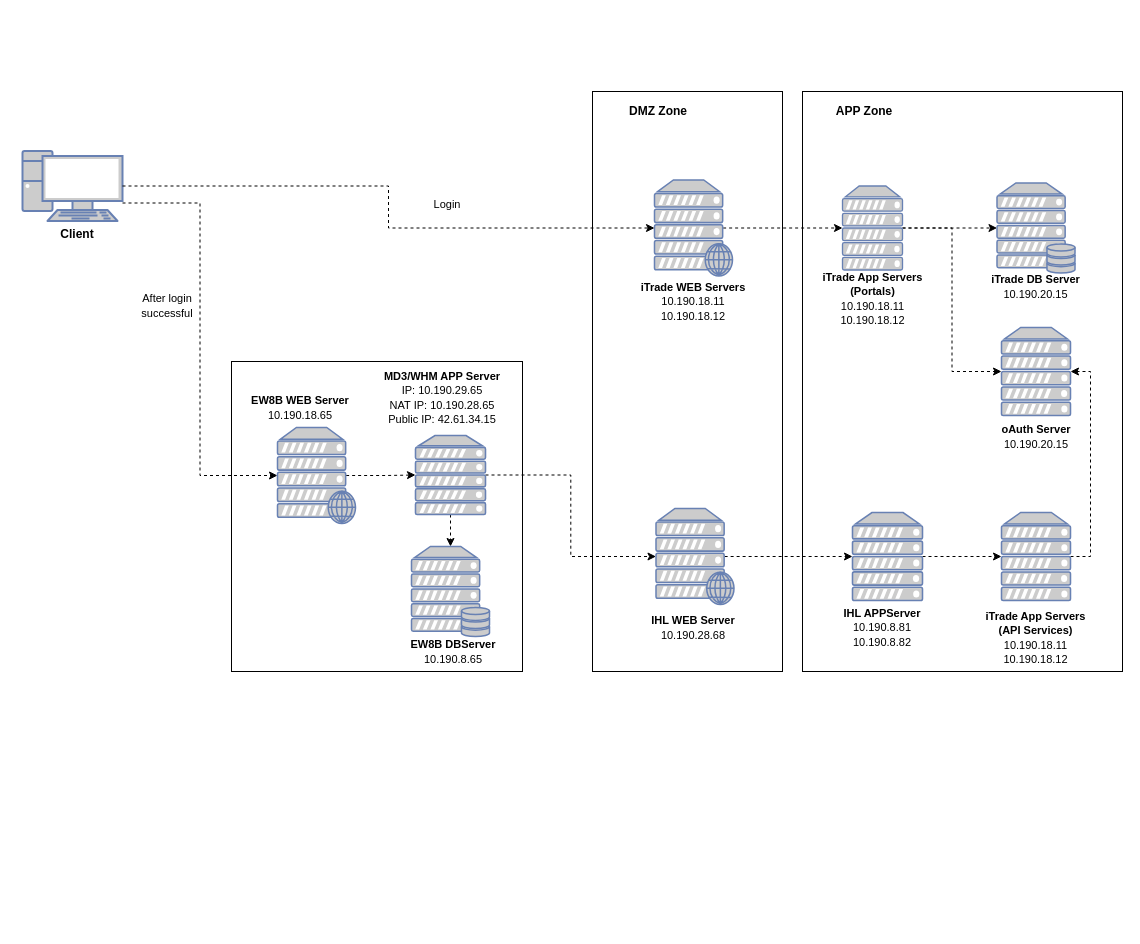
myomyo/branch keeps this draw.io diagram as NW Diagram.drawio. Above is the earlier version. Source tidied: cells renumbered, new cells numbered last; positions are measured from the earlier drawing's top-left corner, leaving out a move shared by most shapes. Both pictures are drawn from the tidied source at 100%, with x=0, y=0 at pixel (22, 91).
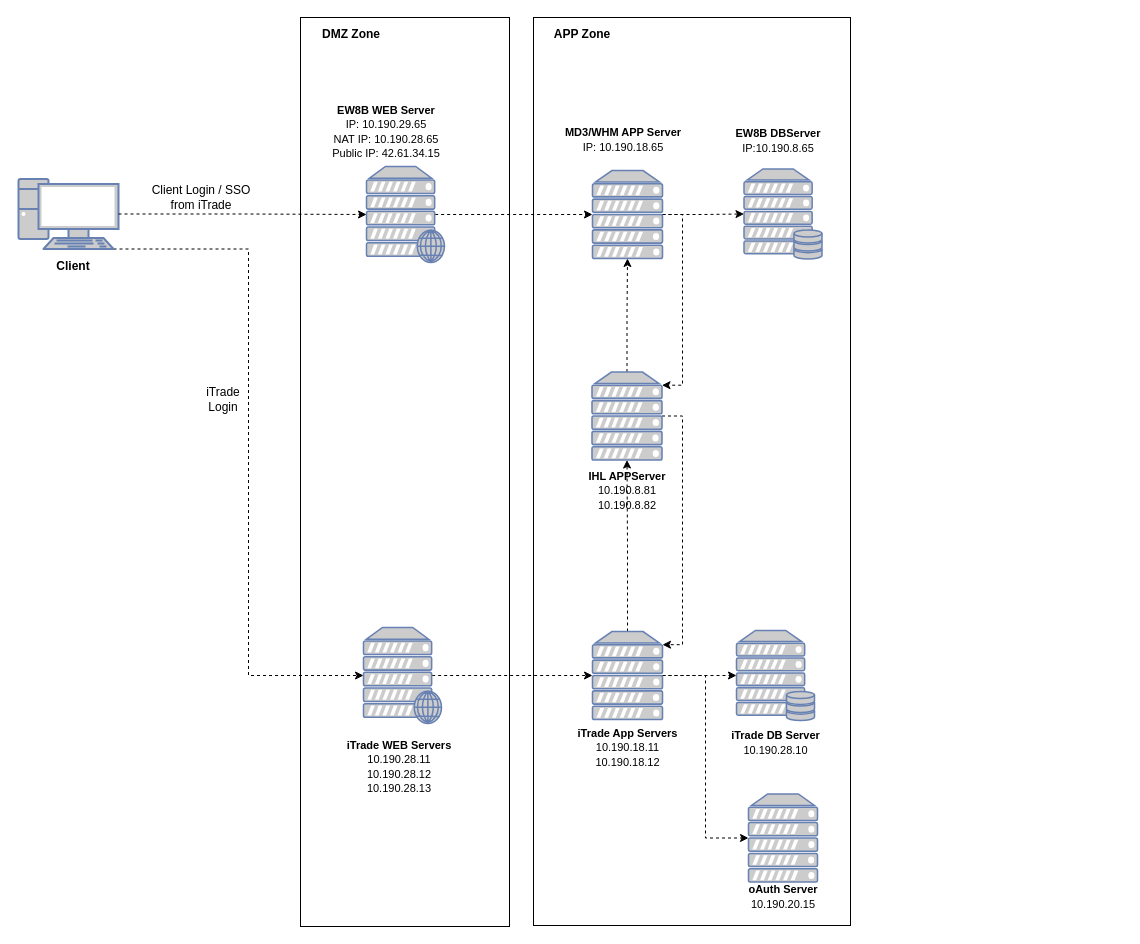
Above is the later version.

Change to the diagram source:
```diff
@@
-    <mxCell id="2" style="rounded=0;whiteSpace=wrap;html=1;" parent="1" vertex="1">
-      <mxGeometry x="209" y="270" width="291" height="310" as="geometry" />
-    </mxCell>
-    <mxCell id="3" style="edgeStyle=orthogonalEdgeStyle;rounded=0;jettySize=auto;html=1;exitX=1;exitY=0.743;exitDx=0;exitDy=0;entryX=0;entryY=0.5;entryDx=0;entryDy=0;entryPerimeter=0;dashed=1;strokeColor=#000000;exitPerimeter=0;" parent="1" edge="1" source="33" target="28">
-      <mxGeometry relative="1" as="geometry" />
-    </mxCell>
     <mxCell id="4" style="rounded=0;whiteSpace=wrap;html=1;" parent="1" vertex="1">
-      <mxGeometry x="780" width="320" height="580" as="geometry" />
+      <mxGeometry x="511" y="-74" width="317" height="908" as="geometry" />
     </mxCell>
-    <mxCell id="5" value="&lt;font style=&quot;font-size: 11px&quot;&gt;&lt;b&gt;iTrade App Servers (Portals)&lt;/b&gt;&lt;/font&gt;&lt;br&gt;&lt;font style=&quot;font-size: 11px&quot;&gt;10.190.18.11&lt;br&gt;10.190.18.12&lt;br&gt;&lt;/font&gt;" style="text;html=1;strokeColor=none;fillColor=none;align=center;verticalAlign=middle;whiteSpace=wrap;rounded=0;" parent="1" vertex="1">
-      <mxGeometry x="797.5" y="180" width="105" height="54" as="geometry" />
+    <mxCell id="5" value="&lt;font style=&quot;font-size: 11px&quot;&gt;&lt;b&gt;iTrade App Servers&lt;/b&gt;&lt;/font&gt;&lt;br&gt;&lt;font style=&quot;font-size: 11px&quot;&gt;10.190.18.11&lt;br&gt;10.190.18.12&lt;br&gt;&lt;/font&gt;" style="text;html=1;strokeColor=none;fillColor=none;align=center;verticalAlign=middle;whiteSpace=wrap;rounded=0;" parent="1" vertex="1">
+      <mxGeometry x="552.5" y="629" width="105" height="54" as="geometry" />
     </mxCell>
     <mxCell id="6" value="&lt;font style=&quot;font-size: 11px&quot;&gt;&lt;b&gt;IHL APPServer&lt;br&gt;&lt;/b&gt;&lt;/font&gt;&lt;font style=&quot;font-size: 11px&quot;&gt;10.190.8.81&lt;br&gt;10.190.8.82&lt;/font&gt;" style="text;html=1;strokeColor=none;fillColor=none;align=center;verticalAlign=middle;whiteSpace=wrap;rounded=0;" parent="1" vertex="1">
-      <mxGeometry x="810" y="513" width="100" height="45" as="geometry" />
+      <mxGeometry x="555" y="376.5" width="100" height="45" as="geometry" />
     </mxCell>
     <mxCell id="7" style="rounded=0;whiteSpace=wrap;html=1;" parent="1" vertex="1">
-      <mxGeometry x="570" width="190" height="580" as="geometry" />
+      <mxGeometry x="278" y="-74" width="209" height="909" as="geometry" />
     </mxCell>
     <mxCell id="8" style="fontColor=#0066CC;verticalAlign=top;verticalLabelPosition=bottom;labelPosition=center;align=center;html=1;outlineConnect=0;fillColor=#CCCCCC;strokeColor=#6881B3;gradientColor=none;gradientDirection=north;strokeWidth=2;shape=mxgraph.networks.server;" parent="1" vertex="1">
-      <mxGeometry x="979" y="236" width="69" height="88" as="geometry" />
+      <mxGeometry x="726" y="702.5" width="69" height="88" as="geometry" />
     </mxCell>
     <mxCell id="9" value="&lt;b style=&quot;font-size: 11px&quot;&gt;oAuth Server&lt;br&gt;&lt;/b&gt;&lt;font style=&quot;font-size: 11px&quot;&gt;10.190.20.15&lt;/font&gt;" style="text;html=1;strokeColor=none;fillColor=none;align=center;verticalAlign=middle;whiteSpace=wrap;rounded=0;" parent="1" vertex="1">
-      <mxGeometry x="968.5" y="330" width="90" height="29" as="geometry" />
+      <mxGeometry x="715.5" y="790.5" width="90" height="29" as="geometry" />
     </mxCell>
     <mxCell id="10" style="fontColor=#0066CC;verticalAlign=top;verticalLabelPosition=bottom;labelPosition=center;align=center;html=1;outlineConnect=0;fillColor=#CCCCCC;strokeColor=#6881B3;gradientColor=none;gradientDirection=north;strokeWidth=2;shape=mxgraph.networks.server_storage;" parent="1" vertex="1">
-      <mxGeometry x="974.5" y="91.5" width="78" height="90" as="geometry" />
+      <mxGeometry x="721.5" y="77.5" width="78" height="90" as="geometry" />
     </mxCell>
-    <mxCell id="11" style="edgeStyle=orthogonalEdgeStyle;rounded=0;jettySize=auto;html=1;exitX=0.88;exitY=0.5;exitDx=0;exitDy=0;exitPerimeter=0;dashed=1;strokeColor=#000000;" parent="1" edge="1" source="12" target="19">
-      <mxGeometry relative="1" as="geometry" />
-    </mxCell>
-    <mxCell id="12" style="fontColor=#0066CC;verticalAlign=top;verticalLabelPosition=bottom;labelPosition=center;align=center;html=1;outlineConnect=0;fillColor=#CCCCCC;strokeColor=#6881B3;gradientColor=none;gradientDirection=north;strokeWidth=2;shape=mxgraph.networks.web_server;" parent="1" vertex="1">
-      <mxGeometry x="633.5" y="417" width="78" height="96" as="geometry" />
-    </mxCell>
-    <mxCell id="13" style="edgeStyle=orthogonalEdgeStyle;rounded=0;jettySize=auto;html=1;exitX=0.88;exitY=0.5;exitDx=0;exitDy=0;exitPerimeter=0;entryX=0;entryY=0.5;entryDx=0;entryDy=0;entryPerimeter=0;dashed=1;strokeColor=#000000;" parent="1" edge="1" source="14" target="17">
-      <mxGeometry relative="1" as="geometry" />
-    </mxCell>
+    <mxCell id="42" style="edgeStyle=orthogonalEdgeStyle;rounded=0;jettySize=auto;html=1;exitX=0.88;exitY=0.5;exitDx=0;exitDy=0;exitPerimeter=0;entryX=0;entryY=0.5;entryDx=0;entryDy=0;entryPerimeter=0;dashed=1;strokeColor=#000000;" parent="1" edge="1" source="14" target="52">
+      <mxGeometry relative="1" as="geometry" />
+    </mxCell>
     <mxCell id="14" style="fontColor=#0066CC;verticalAlign=top;verticalLabelPosition=bottom;labelPosition=center;align=center;html=1;outlineConnect=0;fillColor=#CCCCCC;strokeColor=#6881B3;gradientColor=none;gradientDirection=north;strokeWidth=2;shape=mxgraph.networks.web_server;" parent="1" vertex="1">
-      <mxGeometry x="632" y="88.5" width="78" height="96" as="geometry" />
+      <mxGeometry x="344" y="75" width="78" height="96" as="geometry" />
     </mxCell>
-    <mxCell id="15" style="edgeStyle=orthogonalEdgeStyle;rounded=0;jettySize=auto;html=1;exitX=1;exitY=0.5;exitDx=0;exitDy=0;exitPerimeter=0;entryX=0;entryY=0.5;entryDx=0;entryDy=0;entryPerimeter=0;dashed=1;strokeColor=#000000;" parent="1" edge="1" source="17" target="8">
-      <mxGeometry relative="1" as="geometry" />
-    </mxCell>
-    <mxCell id="16" style="edgeStyle=orthogonalEdgeStyle;rounded=0;jettySize=auto;html=1;exitX=1;exitY=0.5;exitDx=0;exitDy=0;exitPerimeter=0;dashed=1;strokeColor=#000000;" parent="1" edge="1" source="17" target="10">
-      <mxGeometry relative="1" as="geometry" />
-    </mxCell>
-    <mxCell id="17" style="fontColor=#0066CC;verticalAlign=top;verticalLabelPosition=bottom;labelPosition=center;align=center;html=1;outlineConnect=0;fillColor=#CCCCCC;strokeColor=#6881B3;gradientColor=none;gradientDirection=north;strokeWidth=2;shape=mxgraph.networks.server;" parent="1" vertex="1">
-      <mxGeometry x="820" y="94.5" width="60" height="84" as="geometry" />
-    </mxCell>
-    <mxCell id="18" style="edgeStyle=orthogonalEdgeStyle;rounded=0;jettySize=auto;html=1;exitX=1;exitY=0.5;exitDx=0;exitDy=0;exitPerimeter=0;dashed=1;strokeColor=#000000;" parent="1" edge="1" source="19" target="31">
-      <mxGeometry relative="1" as="geometry" />
-    </mxCell>
+    <mxCell id="43" style="edgeStyle=orthogonalEdgeStyle;rounded=0;jettySize=auto;html=1;exitX=1;exitY=0.5;exitDx=0;exitDy=0;exitPerimeter=0;entryX=0;entryY=0.5;entryDx=0;entryDy=0;entryPerimeter=0;dashed=1;strokeColor=#000000;" parent="1" edge="1" source="19" target="39">
+      <mxGeometry relative="1" as="geometry" />
+    </mxCell>
+    <mxCell id="44" style="edgeStyle=orthogonalEdgeStyle;rounded=0;jettySize=auto;html=1;exitX=1;exitY=0.5;exitDx=0;exitDy=0;exitPerimeter=0;entryX=0;entryY=0.5;entryDx=0;entryDy=0;entryPerimeter=0;dashed=1;strokeColor=#000000;" parent="1" edge="1" source="19" target="8">
+      <mxGeometry relative="1" as="geometry" />
+    </mxCell>
+    <mxCell id="45" style="edgeStyle=orthogonalEdgeStyle;rounded=0;jettySize=auto;html=1;exitX=0.5;exitY=0;exitDx=0;exitDy=0;exitPerimeter=0;entryX=0.5;entryY=1;entryDx=0;entryDy=0;entryPerimeter=0;dashed=1;strokeColor=#000000;" parent="1" edge="1" source="19" target="49">
+      <mxGeometry relative="1" as="geometry" />
+    </mxCell>
     <mxCell id="19" style="fontColor=#0066CC;verticalAlign=top;verticalLabelPosition=bottom;labelPosition=center;align=center;html=1;outlineConnect=0;fillColor=#CCCCCC;strokeColor=#6881B3;gradientColor=none;gradientDirection=north;strokeWidth=2;shape=mxgraph.networks.server;" parent="1" vertex="1">
-      <mxGeometry x="830" y="421" width="70" height="88" as="geometry" />
+      <mxGeometry x="570" y="540" width="70" height="88" as="geometry" />
     </mxCell>
-    <mxCell id="20" value="&lt;b&gt;&lt;font style=&quot;font-size: 11px&quot;&gt;iTrade DB Server&lt;/font&gt;&lt;/b&gt;&lt;br&gt;&lt;font&gt;&lt;span style=&quot;font-size: 11px&quot;&gt;10.190.20.15&lt;/span&gt;&lt;br&gt;&lt;/font&gt;" style="text;html=1;strokeColor=none;fillColor=none;align=center;verticalAlign=middle;whiteSpace=wrap;rounded=0;" parent="1" vertex="1">
-      <mxGeometry x="961" y="176.5" width="105" height="37" as="geometry" />
+    <mxCell id="20" value="&lt;b&gt;&lt;font style=&quot;font-size: 11px&quot;&gt;iTrade DB Server&lt;/font&gt;&lt;/b&gt;&lt;br&gt;&lt;font&gt;&lt;span style=&quot;font-size: 11px&quot;&gt;10.190.28.10&lt;/span&gt;&lt;br&gt;&lt;/font&gt;" style="text;html=1;strokeColor=none;fillColor=none;align=center;verticalAlign=middle;whiteSpace=wrap;rounded=0;" parent="1" vertex="1">
+      <mxGeometry x="700.5" y="632" width="105" height="37" as="geometry" />
     </mxCell>
-    <mxCell id="21" value="&lt;font style=&quot;font-size: 11px&quot;&gt;&lt;b&gt;iTrade WEB Servers&lt;/b&gt;&lt;/font&gt;&lt;br&gt;&lt;font style=&quot;font-size: 11px&quot;&gt;10.190.18.11&lt;br&gt;10.190.18.12&lt;br&gt;&lt;/font&gt;" style="text;html=1;strokeColor=none;fillColor=none;align=center;verticalAlign=middle;whiteSpace=wrap;rounded=0;" parent="1" vertex="1">
-      <mxGeometry x="611" y="183" width="120" height="54" as="geometry" />
+    <mxCell id="21" value="&lt;font style=&quot;font-size: 11px&quot;&gt;&lt;b&gt;iTrade WEB Servers&lt;/b&gt;&lt;/font&gt;&lt;br&gt;&lt;font&gt;&lt;span style=&quot;font-size: 11px&quot;&gt;10.190.28.11&lt;/span&gt;&lt;br&gt;&lt;span style=&quot;font-size: 11px&quot;&gt;10.190.28.12&lt;/span&gt;&lt;br&gt;&lt;span style=&quot;font-size: 11px&quot;&gt;10.190.28.13&lt;/span&gt;&lt;br&gt;&lt;/font&gt;" style="text;html=1;strokeColor=none;fillColor=none;align=center;verticalAlign=middle;whiteSpace=wrap;rounded=0;" parent="1" vertex="1">
+      <mxGeometry x="317" y="636.5" width="120" height="76" as="geometry" />
     </mxCell>
-    <mxCell id="22" value="&lt;font style=&quot;font-size: 11px&quot;&gt;&lt;font style=&quot;font-size: 11px&quot;&gt;&lt;b&gt;IHL WEB Server&lt;br&gt;&lt;/b&gt;&lt;/font&gt;10.190.28.68&lt;/font&gt;" style="text;html=1;strokeColor=none;fillColor=none;align=center;verticalAlign=middle;whiteSpace=wrap;rounded=0;strokeWidth=11;" parent="1" vertex="1">
-      <mxGeometry x="621" y="513" width="100" height="45" as="geometry" />
-    </mxCell>
-    <mxCell id="23" style="edgeStyle=orthogonalEdgeStyle;rounded=0;jettySize=auto;html=1;exitX=1;exitY=0.5;exitDx=0;exitDy=0;exitPerimeter=0;entryX=0;entryY=0.5;entryDx=0;entryDy=0;entryPerimeter=0;dashed=1;strokeColor=#000000;" parent="1" edge="1" source="25" target="12">
-      <mxGeometry relative="1" as="geometry" />
-    </mxCell>
-    <mxCell id="24" style="edgeStyle=orthogonalEdgeStyle;rounded=0;jettySize=auto;html=1;exitX=0.5;exitY=1;exitDx=0;exitDy=0;exitPerimeter=0;entryX=0.5;entryY=0;entryDx=0;entryDy=0;entryPerimeter=0;dashed=1;strokeColor=#000000;" parent="1" edge="1" source="25" target="39">
-      <mxGeometry relative="1" as="geometry" />
-    </mxCell>
-    <mxCell id="25" style="fontColor=#0066CC;verticalAlign=top;verticalLabelPosition=bottom;labelPosition=center;align=center;html=1;outlineConnect=0;fillColor=#CCCCCC;strokeColor=#6881B3;gradientColor=none;gradientDirection=north;strokeWidth=2;shape=mxgraph.networks.server;" parent="1" vertex="1">
-      <mxGeometry x="393" y="344" width="70" height="79" as="geometry" />
-    </mxCell>
-    <mxCell id="26" value="&lt;b style=&quot;font-size: 11px&quot;&gt;&lt;font style=&quot;font-size: 11px&quot;&gt;MD3/WHM APP Server&lt;/font&gt;&lt;/b&gt;&lt;font style=&quot;font-size: 11px&quot;&gt;&lt;b&gt;&lt;font style=&quot;font-size: 11px&quot;&gt;&lt;br&gt;&lt;/font&gt;&lt;/b&gt;&lt;font style=&quot;font-size: 11px&quot;&gt;IP: 10.190.29.65&lt;br&gt;NAT IP: 10.190.28.65&lt;br&gt;Public IP: 42.61.34.15&lt;br&gt;&lt;/font&gt;&lt;/font&gt;" style="text;html=1;strokeColor=none;fillColor=none;align=center;verticalAlign=middle;whiteSpace=wrap;rounded=0;" parent="1" vertex="1">
-      <mxGeometry x="354.5" y="274" width="130" height="63" as="geometry" />
+    <mxCell id="26" value="&lt;b style=&quot;font-size: 11px&quot;&gt;&lt;font style=&quot;font-size: 11px&quot;&gt;MD3/WHM APP Server&lt;/font&gt;&lt;/b&gt;&lt;font style=&quot;font-size: 11px&quot;&gt;&lt;b&gt;&lt;font style=&quot;font-size: 11px&quot;&gt;&lt;br&gt;&lt;/font&gt;&lt;/b&gt;&lt;font style=&quot;font-size: 11px&quot;&gt;IP: 10.190.18.65&lt;br&gt;&lt;/font&gt;&lt;/font&gt;" style="text;html=1;strokeColor=none;fillColor=none;align=center;verticalAlign=middle;whiteSpace=wrap;rounded=0;" parent="1" vertex="1">
+      <mxGeometry x="536" y="26" width="130" height="44" as="geometry" />
     </mxCell>
-    <mxCell id="27" style="edgeStyle=orthogonalEdgeStyle;rounded=0;jettySize=auto;html=1;exitX=0.88;exitY=0.5;exitDx=0;exitDy=0;exitPerimeter=0;entryX=0;entryY=0.5;entryDx=0;entryDy=0;entryPerimeter=0;dashed=1;strokeColor=#000000;" parent="1" edge="1" source="28" target="25">
-      <mxGeometry relative="1" as="geometry" />
-    </mxCell>
+    <mxCell id="46" style="edgeStyle=orthogonalEdgeStyle;rounded=0;jettySize=auto;html=1;exitX=0.88;exitY=0.5;exitDx=0;exitDy=0;exitPerimeter=0;entryX=0;entryY=0.5;entryDx=0;entryDy=0;entryPerimeter=0;dashed=1;strokeColor=#000000;" parent="1" edge="1" source="28" target="19">
+      <mxGeometry relative="1" as="geometry" />
+    </mxCell>
     <mxCell id="28" style="fontColor=#0066CC;verticalAlign=top;verticalLabelPosition=bottom;labelPosition=center;align=center;html=1;outlineConnect=0;fillColor=#CCCCCC;strokeColor=#6881B3;gradientColor=none;gradientDirection=north;strokeWidth=2;shape=mxgraph.networks.web_server;" parent="1" vertex="1">
-      <mxGeometry x="255" y="336" width="78" height="96" as="geometry" />
+      <mxGeometry x="341" y="536" width="78" height="96" as="geometry" />
     </mxCell>
-    <mxCell id="29" value="&lt;b style=&quot;font-size: 11px&quot;&gt;&lt;font style=&quot;font-size: 11px&quot;&gt;EW8B WEB Server&lt;/font&gt;&lt;/b&gt;&lt;font style=&quot;font-size: 11px&quot;&gt;&lt;b&gt;&lt;font style=&quot;font-size: 11px&quot;&gt;&lt;br&gt;&lt;/font&gt;&lt;/b&gt;&lt;font style=&quot;font-size: 11px&quot;&gt;10.190.18.65&lt;/font&gt;&lt;/font&gt;" style="text;html=1;strokeColor=none;fillColor=none;align=center;verticalAlign=middle;whiteSpace=wrap;rounded=0;" parent="1" vertex="1">
-      <mxGeometry x="223" y="295" width="110" height="42" as="geometry" />
+    <mxCell id="29" value="&lt;b style=&quot;font-size: 11px&quot;&gt;&lt;font style=&quot;font-size: 11px&quot;&gt;EW8B WEB Server&lt;/font&gt;&lt;/b&gt;&lt;font style=&quot;font-size: 11px&quot;&gt;&lt;b&gt;&lt;font style=&quot;font-size: 11px&quot;&gt;&lt;br&gt;&lt;/font&gt;&lt;/b&gt;&lt;font style=&quot;font-size: 11px&quot;&gt;IP: 10.190.29.65&lt;br&gt;NAT IP: 10.190.28.65&lt;br&gt;Public IP: 42.61.34.15&lt;br&gt;&lt;/font&gt;&lt;/font&gt;" style="text;html=1;strokeColor=none;fillColor=none;align=center;verticalAlign=middle;whiteSpace=wrap;rounded=0;" parent="1" vertex="1">
+      <mxGeometry x="296" y="10" width="136" height="60" as="geometry" />
     </mxCell>
-    <mxCell id="30" style="edgeStyle=orthogonalEdgeStyle;rounded=0;jettySize=auto;html=1;exitX=1;exitY=0.5;exitDx=0;exitDy=0;exitPerimeter=0;entryX=1;entryY=0.5;entryDx=0;entryDy=0;entryPerimeter=0;dashed=1;strokeColor=#000000;" parent="1" edge="1" source="31" target="8">
-      <mxGeometry relative="1" as="geometry" />
-    </mxCell>
-    <mxCell id="31" style="fontColor=#0066CC;verticalAlign=top;verticalLabelPosition=bottom;labelPosition=center;align=center;html=1;outlineConnect=0;fillColor=#CCCCCC;strokeColor=#6881B3;gradientColor=none;gradientDirection=north;strokeWidth=2;shape=mxgraph.networks.server;" parent="1" vertex="1">
-      <mxGeometry x="979" y="421" width="69" height="88" as="geometry" />
-    </mxCell>
-    <mxCell id="32" value="&lt;font style=&quot;font-size: 11px&quot;&gt;&lt;b&gt;iTrade App Servers (API Services)&lt;/b&gt;&lt;/font&gt;&lt;br&gt;&lt;font style=&quot;font-size: 11px&quot;&gt;10.190.18.11&lt;br&gt;10.190.18.12&lt;br&gt;&lt;/font&gt;" style="text;html=1;strokeColor=none;fillColor=none;align=center;verticalAlign=middle;whiteSpace=wrap;rounded=0;" parent="1" vertex="1">
-      <mxGeometry x="961" y="519" width="105" height="54" as="geometry" />
-    </mxCell>
+    <mxCell id="3" style="edgeStyle=orthogonalEdgeStyle;rounded=0;jettySize=auto;html=1;exitX=0.95;exitY=1;exitDx=0;exitDy=0;exitPerimeter=0;entryX=0;entryY=0.5;entryDx=0;entryDy=0;entryPerimeter=0;dashed=1;strokeColor=#000000;" parent="1" edge="1" source="33" target="28">
+      <mxGeometry relative="1" as="geometry">
+        <Array as="points">
+          <mxPoint x="226" y="158" />
+          <mxPoint x="226" y="584" />
+        </Array>
+      </mxGeometry>
+    </mxCell>
     <mxCell id="33" style="fontColor=#0066CC;verticalAlign=top;verticalLabelPosition=bottom;labelPosition=center;align=center;html=1;outlineConnect=0;fillColor=#CCCCCC;strokeColor=#6881B3;gradientColor=none;gradientDirection=north;strokeWidth=2;shape=mxgraph.networks.pc;" parent="1" vertex="1">
-      <mxGeometry y="59.5" width="100" height="70" as="geometry" />
+      <mxGeometry x="-4" y="87.5" width="100" height="70" as="geometry" />
     </mxCell>
-    <mxCell id="34" value="&lt;font style=&quot;font-size: 11px&quot;&gt;&lt;b&gt;EW8B DBServer&lt;/b&gt;&lt;/font&gt;&lt;font style=&quot;font-size: 11px&quot;&gt;&lt;font style=&quot;font-size: 11px&quot;&gt;&lt;b&gt;&lt;br&gt;&lt;/b&gt;&lt;/font&gt;&lt;font style=&quot;font-size: 11px&quot;&gt;10.190.8.65&lt;/font&gt;&lt;/font&gt;" style="text;html=1;strokeColor=none;fillColor=none;align=center;verticalAlign=middle;whiteSpace=wrap;rounded=0;" parent="1" vertex="1">
-      <mxGeometry x="376" y="545" width="110" height="30" as="geometry" />
+    <mxCell id="34" value="&lt;font style=&quot;font-size: 11px&quot;&gt;&lt;b&gt;EW8B DBServer&lt;/b&gt;&lt;/font&gt;&lt;font style=&quot;font-size: 11px&quot;&gt;&lt;font style=&quot;font-size: 11px&quot;&gt;&lt;b&gt;&lt;br&gt;&lt;/b&gt;&lt;/font&gt;&lt;font style=&quot;font-size: 11px&quot;&gt;IP:10.190.8.65&lt;/font&gt;&lt;/font&gt;" style="text;html=1;strokeColor=none;fillColor=none;align=center;verticalAlign=middle;whiteSpace=wrap;rounded=0;" parent="1" vertex="1">
+      <mxGeometry x="701" y="34" width="110" height="30" as="geometry" />
     </mxCell>
     <mxCell id="35" value="&lt;font style=&quot;font-size: 12px&quot;&gt;&lt;b&gt;Client&lt;/b&gt;&lt;/font&gt;" style="text;html=1;strokeColor=none;fillColor=none;align=center;verticalAlign=middle;whiteSpace=wrap;rounded=0;" parent="1" vertex="1">
-      <mxGeometry y="129.5" width="110" height="27" as="geometry" />
+      <mxGeometry x="-4" y="161.5" width="110" height="27" as="geometry" />
     </mxCell>
@@
-    <mxCell id="37" value="&lt;font style=&quot;font-size: 11px&quot;&gt;After login successful&lt;/font&gt;" style="text;html=1;strokeColor=none;fillColor=none;align=center;verticalAlign=middle;whiteSpace=wrap;rounded=0;" parent="1" vertex="1">
-      <mxGeometry x="120" y="194" width="50" height="40" as="geometry" />
+    <mxCell id="37" value="Client Login / SSO from iTrade" style="text;html=1;strokeColor=none;fillColor=none;align=center;verticalAlign=middle;whiteSpace=wrap;rounded=0;" parent="1" vertex="1">
+      <mxGeometry x="119" y="92.5" width="120" height="27" as="geometry" />
     </mxCell>
-    <mxCell id="38" value="&lt;font style=&quot;font-size: 11px&quot;&gt;Login&lt;/font&gt;" style="text;html=1;strokeColor=none;fillColor=none;align=center;verticalAlign=middle;whiteSpace=wrap;rounded=0;" parent="1" vertex="1">
-      <mxGeometry x="400" y="96.5" width="50" height="33" as="geometry" />
+    <mxCell id="38" value="&lt;font style=&quot;font-size: 12px&quot;&gt;iTrade Login&lt;/font&gt;" style="text;html=1;strokeColor=none;fillColor=none;align=center;verticalAlign=middle;whiteSpace=wrap;rounded=0;" parent="1" vertex="1">
+      <mxGeometry x="176" y="291.5" width="50" height="33" as="geometry" />
     </mxCell>
     <mxCell id="39" style="fontColor=#0066CC;verticalAlign=top;verticalLabelPosition=bottom;labelPosition=center;align=center;html=1;outlineConnect=0;fillColor=#CCCCCC;strokeColor=#6881B3;gradientColor=none;gradientDirection=north;strokeWidth=2;shape=mxgraph.networks.server_storage;" parent="1" vertex="1">
-      <mxGeometry x="389" y="455" width="78" height="90" as="geometry" />
+      <mxGeometry x="714" y="539" width="78" height="90" as="geometry" />
     </mxCell>
     <mxCell id="40" value="&lt;b&gt;DMZ Zone&lt;/b&gt;" style="text;html=1;strokeColor=none;fillColor=none;align=center;verticalAlign=middle;whiteSpace=wrap;rounded=0;" parent="1" vertex="1">
-      <mxGeometry x="592" y="10" width="88" height="20" as="geometry" />
+      <mxGeometry x="285" y="-67.5" width="88" height="20" as="geometry" />
     </mxCell>
     <mxCell id="41" value="&lt;b&gt;APP Zone&lt;/b&gt;" style="text;html=1;strokeColor=none;fillColor=none;align=center;verticalAlign=middle;whiteSpace=wrap;rounded=0;" parent="1" vertex="1">
-      <mxGeometry x="797.5" y="10" width="88" height="20" as="geometry" />
+      <mxGeometry x="515.5" y="-67.5" width="88" height="20" as="geometry" />
     </mxCell>
+    <mxCell id="47" style="edgeStyle=orthogonalEdgeStyle;rounded=0;jettySize=auto;html=1;exitX=0.5;exitY=0;exitDx=0;exitDy=0;exitPerimeter=0;entryX=0.5;entryY=1;entryDx=0;entryDy=0;entryPerimeter=0;dashed=1;strokeColor=#000000;" parent="1" edge="1" source="49" target="52">
+      <mxGeometry relative="1" as="geometry" />
+    </mxCell>
+    <mxCell id="48" style="edgeStyle=orthogonalEdgeStyle;rounded=0;jettySize=auto;html=1;exitX=1;exitY=0.5;exitDx=0;exitDy=0;exitPerimeter=0;entryX=1;entryY=0.15;entryDx=0;entryDy=0;entryPerimeter=0;dashed=1;strokeColor=#000000;" parent="1" edge="1" source="49" target="19">
+      <mxGeometry relative="1" as="geometry" />
+    </mxCell>
+    <mxCell id="49" style="fontColor=#0066CC;verticalAlign=top;verticalLabelPosition=bottom;labelPosition=center;align=center;html=1;outlineConnect=0;fillColor=#CCCCCC;strokeColor=#6881B3;gradientColor=none;gradientDirection=north;strokeWidth=2;shape=mxgraph.networks.server;" parent="1" vertex="1">
+      <mxGeometry x="569.5" y="280.5" width="70" height="88" as="geometry" />
+    </mxCell>
+    <mxCell id="50" style="edgeStyle=orthogonalEdgeStyle;rounded=0;jettySize=auto;html=1;exitX=1;exitY=0.5;exitDx=0;exitDy=0;exitPerimeter=0;entryX=0;entryY=0.5;entryDx=0;entryDy=0;entryPerimeter=0;dashed=1;strokeColor=#000000;" parent="1" edge="1" source="52" target="10">
+      <mxGeometry relative="1" as="geometry" />
+    </mxCell>
+    <mxCell id="51" style="edgeStyle=orthogonalEdgeStyle;rounded=0;jettySize=auto;html=1;exitX=1;exitY=0.5;exitDx=0;exitDy=0;exitPerimeter=0;entryX=1;entryY=0.15;entryDx=0;entryDy=0;entryPerimeter=0;dashed=1;strokeColor=#000000;" parent="1" edge="1" source="52" target="49">
+      <mxGeometry relative="1" as="geometry" />
+    </mxCell>
+    <mxCell id="52" style="fontColor=#0066CC;verticalAlign=top;verticalLabelPosition=bottom;labelPosition=center;align=center;html=1;outlineConnect=0;fillColor=#CCCCCC;strokeColor=#6881B3;gradientColor=none;gradientDirection=north;strokeWidth=2;shape=mxgraph.networks.server;" parent="1" vertex="1">
+      <mxGeometry x="570" y="79" width="70" height="88" as="geometry" />
+    </mxCell>
```
